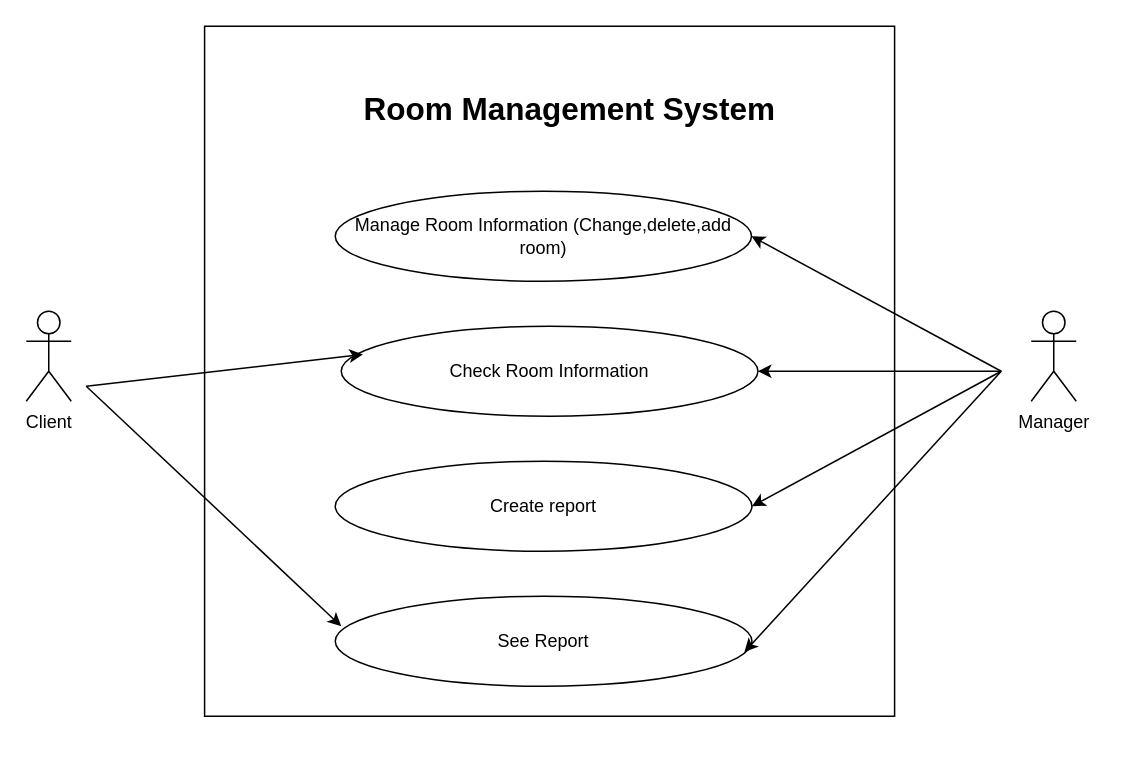
Above: Room-Management.drawio in DuongHoang2111/se-mid-term (draw.io), before the change. Source tidied: cells renumbered, new cells numbered last; positions are measured from the earlier drawing's top-left corner, leaving out a move shared by most shapes. Both pictures are drawn from the tidied source at 150%, with x=0, y=0 at pixel (26, 26).
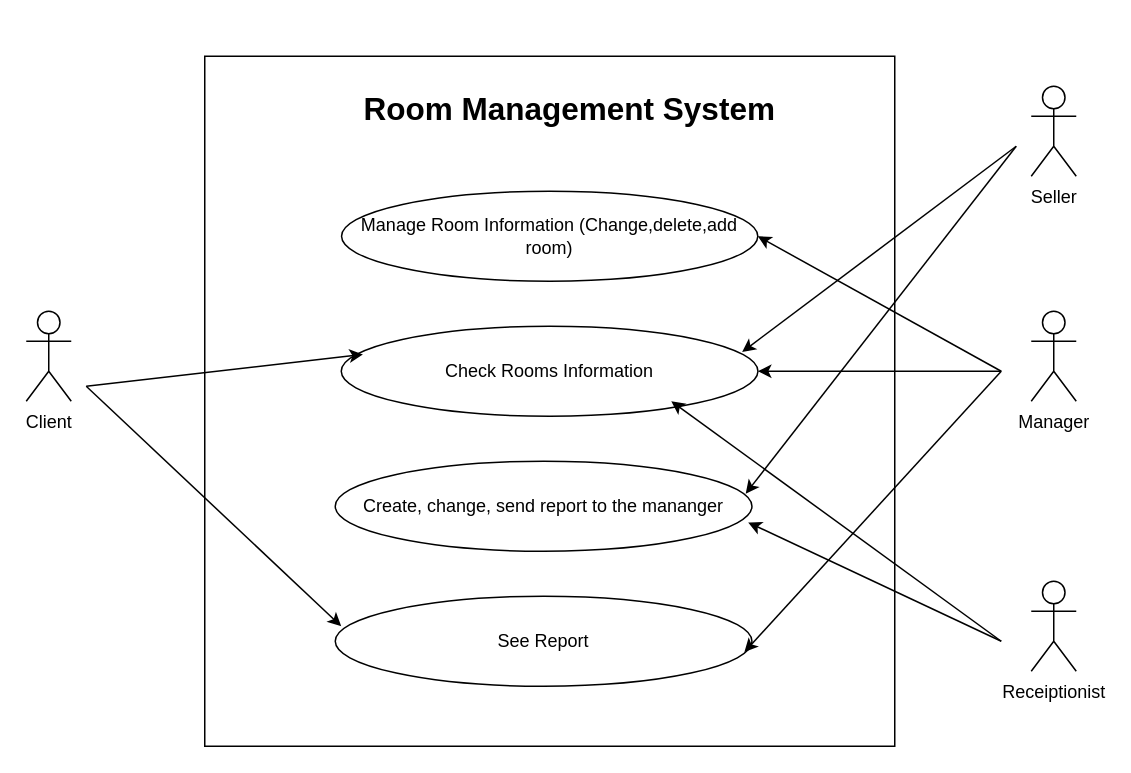
Above is the later version.

Change to the diagram source:
```diff
@@
     <mxCell id="2" style="whiteSpace=wrap;html=1;" parent="1" vertex="1">
-      <mxGeometry x="118.9" width="460" height="460" as="geometry" />
+      <mxGeometry x="119" y="20" width="460" height="460" as="geometry" />
     </mxCell>
     <mxCell id="3" value="Manage Room Information (Change,delete,add room)" style="ellipse;whiteSpace=wrap;html=1;" parent="1" vertex="1">
-      <mxGeometry x="206" y="110" width="277.5" height="60" as="geometry" />
+      <mxGeometry x="210.2" y="110" width="277.5" height="60" as="geometry" />
     </mxCell>
@@
-    <mxCell id="5" value="Create report" style="ellipse;whiteSpace=wrap;html=1;" parent="1" vertex="1">
+    <mxCell id="5" value="Create, change, send report to the mananger" style="ellipse;whiteSpace=wrap;html=1;" parent="1" vertex="1">
       <mxGeometry x="206" y="290" width="277.8" height="60" as="geometry" />
     </mxCell>
-    <mxCell id="6" value="Check Room Information" style="ellipse;whiteSpace=wrap;html=1;" parent="1" vertex="1">
+    <mxCell id="6" value="Check Rooms Information" style="ellipse;whiteSpace=wrap;html=1;" parent="1" vertex="1">
       <mxGeometry x="210" y="200" width="277.8" height="60" as="geometry" />
     </mxCell>
@@
-    <mxCell id="13" style="endArrow=classic;html=1;rounded=0;entryX=1;entryY=0.5;entryDx=0;entryDy=0;" parent="1" edge="1" target="5">
-      <mxGeometry relative="1" as="geometry">
-        <mxPoint x="650" y="230" as="sourcePoint" />
-      </mxGeometry>
-    </mxCell>
@@
+    <mxCell id="16" value="Receiptionist" style="shape=umlActor;verticalLabelPosition=bottom;verticalAlign=top;html=1;" parent="1" vertex="1">
+      <mxGeometry x="670" y="370" width="30" height="60" as="geometry" />
+    </mxCell>
+    <mxCell id="17" style="endArrow=classic;html=1;rounded=0;entryX=0.792;entryY=0.833;entryDx=0;entryDy=0;entryPerimeter=0;" parent="1" edge="1" target="6">
+      <mxGeometry relative="1" as="geometry">
+        <mxPoint x="650" y="410" as="sourcePoint" />
+      </mxGeometry>
+    </mxCell>
+    <mxCell id="18" value="Seller" style="shape=umlActor;verticalLabelPosition=bottom;verticalAlign=top;html=1;" parent="1" vertex="1">
+      <mxGeometry x="670" y="40" width="30" height="60" as="geometry" />
+    </mxCell>
+    <mxCell id="19" style="endArrow=classic;html=1;rounded=0;entryX=0.962;entryY=0.287;entryDx=0;entryDy=0;entryPerimeter=0;" parent="1" edge="1" target="6">
+      <mxGeometry relative="1" as="geometry">
+        <mxPoint x="660" y="80" as="sourcePoint" />
+      </mxGeometry>
+    </mxCell>
+    <mxCell id="20" style="endArrow=classic;html=1;rounded=0;entryX=0.991;entryY=0.68;entryDx=0;entryDy=0;entryPerimeter=0;" parent="1" edge="1" target="5">
+      <mxGeometry relative="1" as="geometry">
+        <mxPoint x="650" y="410" as="sourcePoint" />
+      </mxGeometry>
+    </mxCell>
+    <mxCell id="21" style="endArrow=classic;html=1;rounded=0;entryX=0.985;entryY=0.36;entryDx=0;entryDy=0;entryPerimeter=0;" parent="1" edge="1" target="5">
+      <mxGeometry relative="1" as="geometry">
+        <mxPoint x="660" y="80" as="sourcePoint" />
+      </mxGeometry>
+    </mxCell>
```
